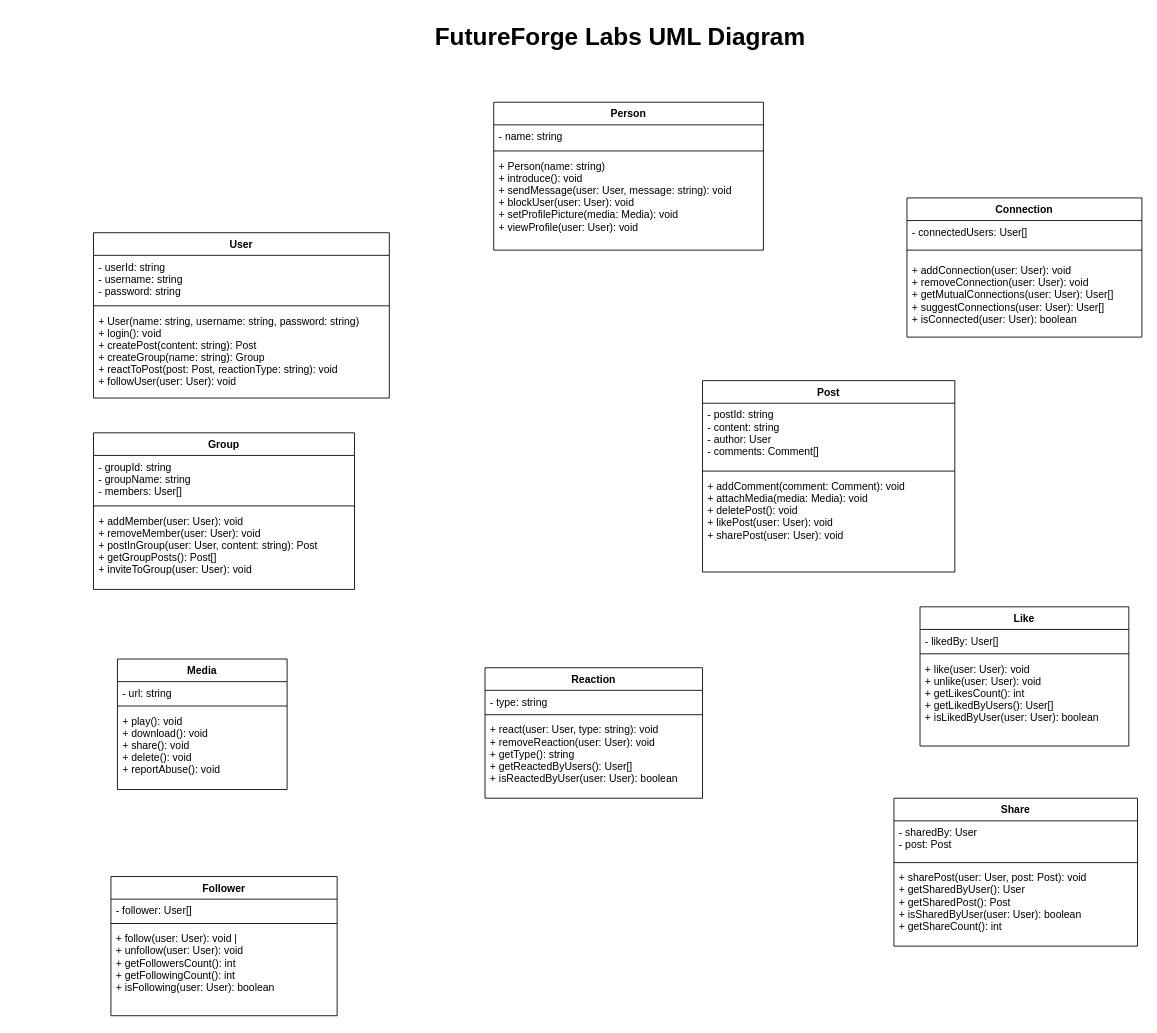
Before: docs/futureforge/futureforgeuml.drawio in BlazerLabs/CSC-3105-22-23-Project-Repo, a draw.io diagram. Source tidied: cells renumbered, new cells numbered last; positions are measured from the earlier drawing's top-left corner, leaving out a move shared by most shapes. Both pictures are drawn from the tidied source at 87%, with x=0, y=0 at pixel (93, 15).
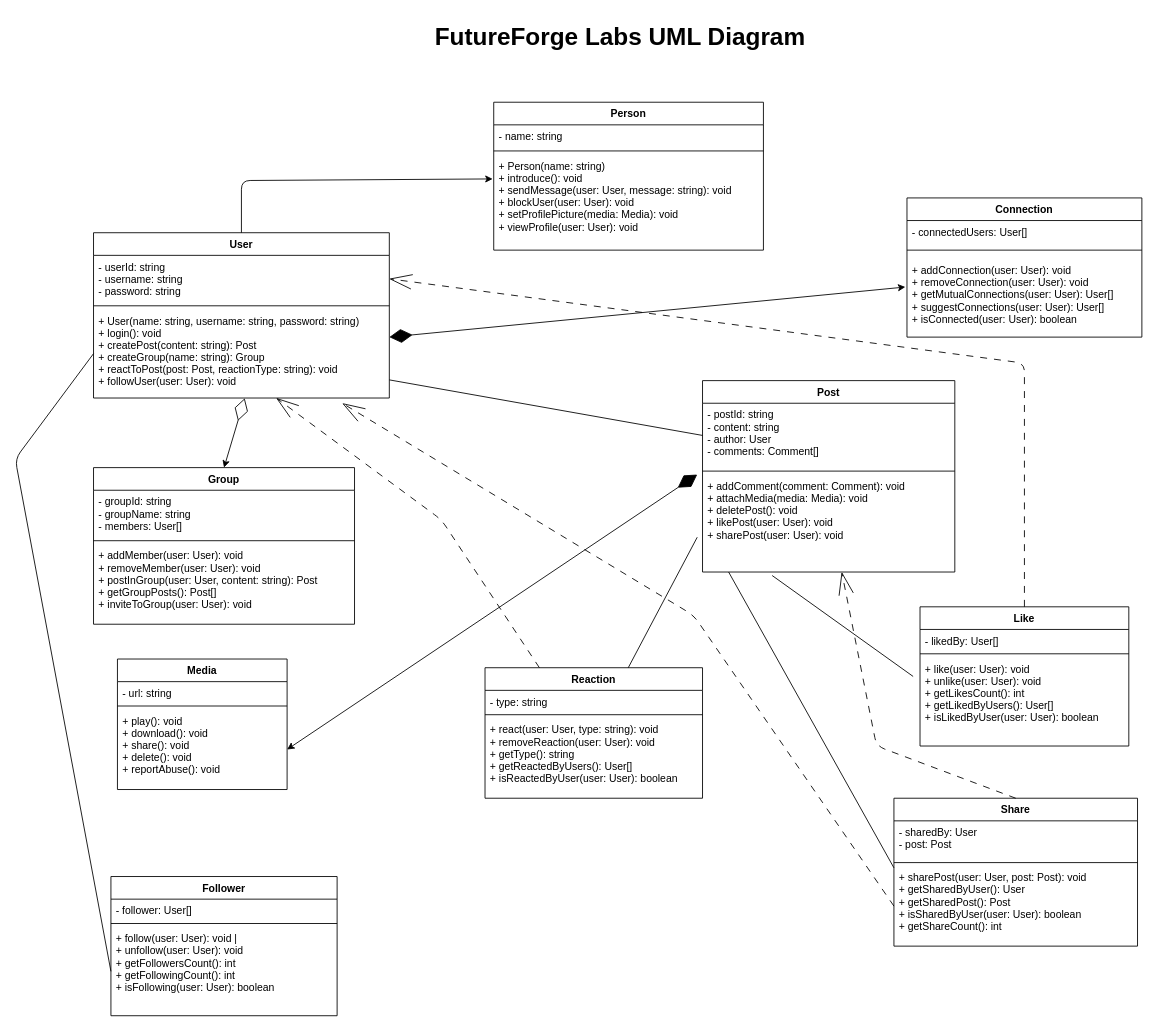
The same diagram, later.

Commit message:
Add relationships to UML Diagram

Unchanged cells that the change refers to:
```xml
<mxCell id="5" value="+ Person(name: string)                                &#10; + introduce(): void                                   &#10; + sendMessage(user: User, message: string): void      &#10; + blockUser(user: User): void                         &#10; + setProfilePicture(media: Media): void               &#10; + viewProfile(user: User): void " style="text;strokeColor=none;fillColor=none;align=left;verticalAlign=top;spacingLeft=4;spacingRight=4;overflow=hidden;points=[[0,0.5],[1,0.5]];portConstraint=eastwest;" parent="2" vertex="1">
  <mxGeometry y="60" width="310" height="110" as="geometry" />
</mxCell>
<mxCell id="10" value="+ addConnection(user: User): void                      &#10; + removeConnection(user: User): void                   &#10; + getMutualConnections(user: User): User[]             &#10; + suggestConnections(user: User): User[]               &#10; + isConnected(user: User): boolean" style="text;strokeColor=none;fillColor=none;align=left;verticalAlign=top;spacingLeft=4;spacingRight=4;overflow=hidden;points=[[0,0.5],[1,0.5]];portConstraint=eastwest;" parent="7" vertex="1">
  <mxGeometry y="70" width="270" height="90" as="geometry" />
</mxCell>
<mxCell id="14" value="+ play(): void                                        &#10; + download(): void                                    &#10; + share(): void                                       &#10; + delete(): void                                      &#10; + reportAbuse(): void" style="text;strokeColor=none;fillColor=none;align=left;verticalAlign=top;spacingLeft=4;spacingRight=4;overflow=hidden;points=[[0,0.5],[1,0.5]];portConstraint=eastwest;" parent="11" vertex="1">
  <mxGeometry y="58" width="195" height="92" as="geometry" />
</mxCell>
<mxCell id="15" value="Share" style="swimlane;fontStyle=1;align=center;verticalAlign=top;horizontal=1;startSize=26;" parent="1" vertex="1">
  <mxGeometry x="920" y="900" width="280" height="170" as="geometry" />
</mxCell>
<mxCell id="18" value="+ sharePost(user: User, post: Post): void             &#10; + getSharedByUser(): User                             &#10; + getSharedPost(): Post                               &#10; + isSharedByUser(user: User): boolean                 &#10; + getShareCount(): int" style="text;strokeColor=none;fillColor=none;align=left;verticalAlign=top;spacingLeft=4;spacingRight=4;overflow=hidden;points=[[0,0.5],[1,0.5]];portConstraint=eastwest;" parent="15" vertex="1">
  <mxGeometry y="78" width="280" height="92" as="geometry" />
</mxCell>
<mxCell id="24" value="- postId: string                                       &#10; - content: string                                     &#10; - author: User                                        &#10; - comments: Comment[]" style="text;strokeColor=none;fillColor=none;align=left;verticalAlign=top;spacingLeft=4;spacingRight=4;overflow=hidden;points=[[0,0.5],[1,0.5]];portConstraint=eastwest;" parent="23" vertex="1">
  <mxGeometry y="26" width="290" height="74" as="geometry" />
</mxCell>
<mxCell id="26" value="+ addComment(comment: Comment): void                   &#10; + attachMedia(media: Media): void                     &#10; + deletePost(): void                                  &#10; + likePost(user: User): void                          &#10; + sharePost(user: User): void" style="text;strokeColor=none;fillColor=none;align=left;verticalAlign=top;spacingLeft=4;spacingRight=4;overflow=hidden;points=[[0,0.5],[1,0.5]];portConstraint=eastwest;" parent="23" vertex="1">
  <mxGeometry y="108" width="290" height="112" as="geometry" />
</mxCell>
<mxCell id="27" value="User" style="swimlane;fontStyle=1;align=center;verticalAlign=top;horizontal=1;startSize=26;" parent="1" vertex="1">
  <mxGeometry y="250" width="340" height="190" as="geometry" />
</mxCell>
<mxCell id="28" value=" - userId: string                                       &#10; - username: string                                     &#10; - password: string" style="text;strokeColor=none;fillColor=none;align=left;verticalAlign=top;spacingLeft=4;spacingRight=4;overflow=hidden;points=[[0,0.5],[1,0.5]];portConstraint=eastwest;" parent="27" vertex="1">
  <mxGeometry y="26" width="340" height="54" as="geometry" />
</mxCell>
<mxCell id="30" value="+ User(name: string, username: string, password: string) &#10; + login(): void                                        &#10; + createPost(content: string): Post                   &#10; + createGroup(name: string): Group                    &#10; + reactToPost(post: Post, reactionType: string): void  &#10; + followUser(user: User): void      " style="text;strokeColor=none;fillColor=none;align=left;verticalAlign=top;spacingLeft=4;spacingRight=4;overflow=hidden;points=[[0,0.5],[1,0.5]];portConstraint=eastwest;" parent="27" vertex="1">
  <mxGeometry y="88" width="340" height="102" as="geometry" />
</mxCell>
<mxCell id="31" value="Like&#10;" style="swimlane;fontStyle=1;align=center;verticalAlign=top;horizontal=1;startSize=26;" parent="1" vertex="1">
  <mxGeometry x="950" y="680" width="240" height="160" as="geometry" />
</mxCell>
<mxCell id="34" value="+ like(user: User): void                              &#10; + unlike(user: User): void                            &#10; + getLikesCount(): int                                &#10; + getLikedByUsers(): User[]                           &#10; + isLikedByUser(user: User): boolean" style="text;strokeColor=none;fillColor=none;align=left;verticalAlign=top;spacingLeft=4;spacingRight=4;overflow=hidden;points=[[0,0.5],[1,0.5]];portConstraint=eastwest;" parent="31" vertex="1">
  <mxGeometry y="58" width="240" height="102" as="geometry" />
</mxCell>
<mxCell id="35" value="Reaction" style="swimlane;fontStyle=1;align=center;verticalAlign=top;horizontal=1;startSize=26;" parent="1" vertex="1">
  <mxGeometry x="450" y="750" width="250" height="150" as="geometry" />
</mxCell>
<mxCell id="42" value="+ follow(user: User): void                             |&#10; + unfollow(user: User): void                           &#10; + getFollowersCount(): int                             &#10; + getFollowingCount(): int                             &#10; + isFollowing(user: User): boolean" style="text;strokeColor=none;fillColor=none;align=left;verticalAlign=top;spacingLeft=4;spacingRight=4;overflow=hidden;points=[[0,0.5],[1,0.5]];portConstraint=eastwest;" parent="39" vertex="1">
  <mxGeometry y="58" width="260" height="102" as="geometry" />
</mxCell>
```

Diff of the diagram source:
```diff
@@
     <mxCell id="19" value="Group" style="swimlane;fontStyle=1;align=center;verticalAlign=top;horizontal=1;startSize=26;" parent="1" vertex="1">
-      <mxGeometry y="480" width="300" height="180" as="geometry" />
+      <mxGeometry y="520" width="300" height="180" as="geometry" />
     </mxCell>
@@
+    <mxCell id="43" style="endArrow=openThin;endFill=0;endSize=24;html=1;jumpSize=90;exitX=0.5;exitY=0;exitDx=0;exitDy=0;startArrow=none;startFill=0;dashed=1;dashPattern=8 8;entryX=0.841;entryY=1.059;entryDx=0;entryDy=0;entryPerimeter=0;" parent="31" edge="1" source="15">
+      <mxGeometry relative="1" as="geometry">
+        <mxPoint x="-90" y="-40" as="targetPoint" />
+        <Array as="points">
+          <mxPoint x="-50" y="160" />
+        </Array>
+      </mxGeometry>
+    </mxCell>
@@
+    <mxCell id="44" style="endArrow=classic;html=1;entryX=-0.004;entryY=0.256;entryDx=0;entryDy=0;entryPerimeter=0;exitX=0.5;exitY=0;exitDx=0;exitDy=0;jumpSize=22;" parent="1" edge="1" source="27" target="5">
+      <mxGeometry relative="1" as="geometry">
+        <Array as="points">
+          <mxPoint x="170" y="190" />
+        </Array>
+      </mxGeometry>
+    </mxCell>
+    <mxCell id="45" style="endArrow=diamondThin;endFill=1;endSize=24;html=1;jumpSize=90;exitX=-0.007;exitY=0.36;exitDx=0;exitDy=0;exitPerimeter=0;startArrow=classic;startFill=1;" parent="1" edge="1" source="10">
+      <mxGeometry relative="1" as="geometry">
+        <mxPoint x="340" y="370" as="targetPoint" />
+      </mxGeometry>
+    </mxCell>
+    <mxCell id="46" style="endArrow=diamondThin;endFill=0;endSize=24;html=1;jumpSize=90;entryX=0.511;entryY=1.003;entryDx=0;entryDy=0;entryPerimeter=0;exitX=0.5;exitY=0;exitDx=0;exitDy=0;startArrow=classic;startFill=1;" parent="1" edge="1" source="19" target="30">
+      <mxGeometry relative="1" as="geometry" />
+    </mxCell>
+    <mxCell id="47" style="endArrow=none;html=1;jumpSize=90;exitX=0;exitY=0.5;exitDx=0;exitDy=0;" parent="1" edge="1" source="24" target="30">
+      <mxGeometry relative="1" as="geometry" />
+    </mxCell>
+    <mxCell id="48" style="endArrow=diamondThin;endFill=1;endSize=24;html=1;jumpSize=90;exitX=1;exitY=0.5;exitDx=0;exitDy=0;startArrow=classic;startFill=1;entryX=-0.021;entryY=0;entryDx=0;entryDy=0;entryPerimeter=0;" parent="1" edge="1" source="14" target="26">
+      <mxGeometry relative="1" as="geometry" />
+    </mxCell>
+    <mxCell id="49" style="endArrow=none;html=1;jumpSize=90;entryX=-0.021;entryY=0.643;entryDx=0;entryDy=0;entryPerimeter=0;" parent="1" edge="1" source="35" target="26">
+      <mxGeometry relative="1" as="geometry" />
+    </mxCell>
+    <mxCell id="50" style="endArrow=none;html=1;jumpSize=90;entryX=0.276;entryY=1.036;entryDx=0;entryDy=0;entryPerimeter=0;exitX=-0.033;exitY=0.216;exitDx=0;exitDy=0;exitPerimeter=0;" parent="1" edge="1" source="34" target="26">
+      <mxGeometry relative="1" as="geometry" />
+    </mxCell>
+    <mxCell id="51" style="endArrow=none;html=1;jumpSize=90;exitX=0;exitY=0.5;exitDx=0;exitDy=0;entryX=0;entryY=0.5;entryDx=0;entryDy=0;" parent="1" edge="1" source="42" target="30">
+      <mxGeometry relative="1" as="geometry">
+        <Array as="points">
+          <mxPoint x="-90" y="510" />
+        </Array>
+      </mxGeometry>
+    </mxCell>
+    <mxCell id="52" style="endArrow=none;html=1;jumpSize=90;entryX=0.276;entryY=1.036;entryDx=0;entryDy=0;entryPerimeter=0;exitX=0;exitY=0.022;exitDx=0;exitDy=0;exitPerimeter=0;" parent="1" edge="1" source="18">
+      <mxGeometry relative="1" as="geometry">
+        <mxPoint x="730" y="640" as="targetPoint" />
+      </mxGeometry>
+    </mxCell>
+    <mxCell id="53" style="endArrow=openThin;endFill=0;endSize=24;html=1;jumpSize=90;exitX=0;exitY=0.5;exitDx=0;exitDy=0;startArrow=none;startFill=0;dashed=1;dashPattern=8 8;entryX=0.841;entryY=1.059;entryDx=0;entryDy=0;entryPerimeter=0;" parent="1" edge="1" source="18" target="30">
+      <mxGeometry relative="1" as="geometry">
+        <Array as="points">
+          <mxPoint x="690" y="690" />
+        </Array>
+      </mxGeometry>
+    </mxCell>
+    <mxCell id="54" style="endArrow=openThin;endFill=0;endSize=24;html=1;jumpSize=90;exitX=0.25;exitY=0;exitDx=0;exitDy=0;startArrow=none;startFill=0;dashed=1;dashPattern=8 8;entryX=0.841;entryY=1.059;entryDx=0;entryDy=0;entryPerimeter=0;" parent="1" edge="1" source="35">
+      <mxGeometry relative="1" as="geometry">
+        <mxPoint x="210" y="440" as="targetPoint" />
+        <Array as="points">
+          <mxPoint x="400" y="580" />
+        </Array>
+      </mxGeometry>
+    </mxCell>
+    <mxCell id="55" style="endArrow=openThin;endFill=0;endSize=24;html=1;jumpSize=90;exitX=0.5;exitY=0;exitDx=0;exitDy=0;startArrow=none;startFill=0;dashed=1;dashPattern=8 8;entryX=1;entryY=0.5;entryDx=0;entryDy=0;" parent="1" edge="1" source="31" target="28">
+      <mxGeometry relative="1" as="geometry">
+        <Array as="points">
+          <mxPoint x="1070" y="400" />
+        </Array>
+      </mxGeometry>
+    </mxCell>
```
